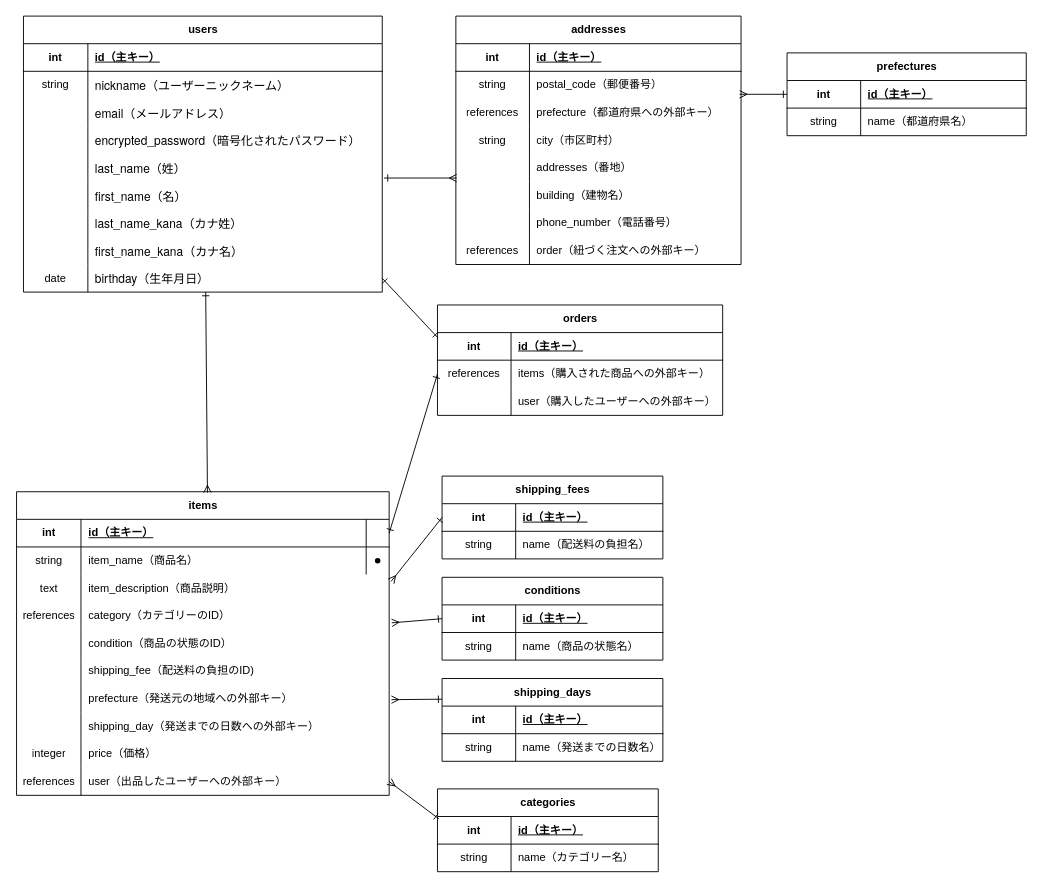
Above: er.dio in kometsubu06/furima-46257 (draw.io), before the change. Source tidied: cells renumbered, new cells numbered last; positions are measured from the earlier drawing's top-left corner, leaving out a move shared by most shapes. Both pictures are drawn from the tidied source at 92%, with x=0, y=0 at pixel (16, 16).
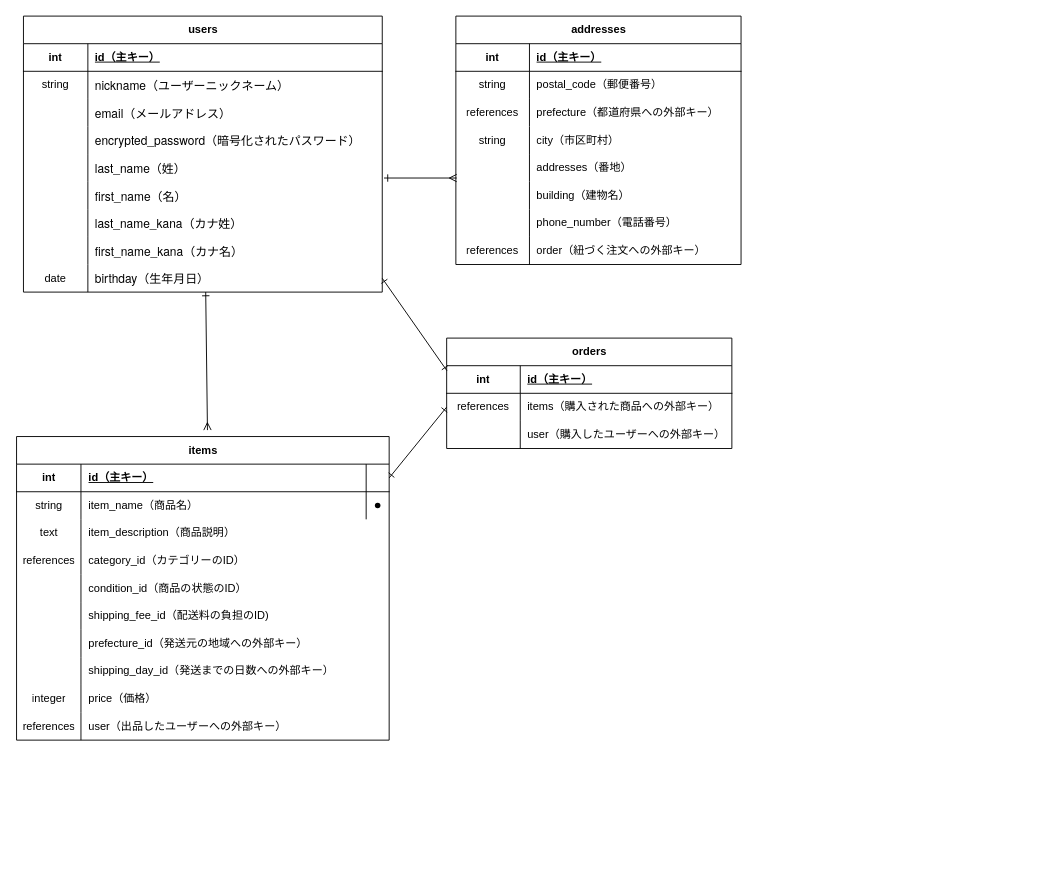
After the change.

Commit message (it also covers changes not shown here):
データベース設計修正

The change refers to these unchanged cells:
```xml
<mxCell id="39" style="shape=tableRow;horizontal=0;startSize=0;swimlaneHead=0;swimlaneBody=0;fillColor=none;points=[[0,0.5],[1,0.5]];portConstraint=eastwest;top=0;left=0;right=0;bottom=0;" parent="31" vertex="1">
  <mxGeometry y="90" width="405" height="30" as="geometry" />
</mxCell>
<mxCell id="42" style="shape=tableRow;horizontal=0;startSize=0;swimlaneHead=0;swimlaneBody=0;fillColor=none;points=[[0,0.5],[1,0.5]];portConstraint=eastwest;top=0;left=0;right=0;bottom=0;" parent="31" vertex="1">
  <mxGeometry y="120" width="405" height="30" as="geometry" />
</mxCell>
<mxCell id="45" style="shape=tableRow;horizontal=0;startSize=0;swimlaneHead=0;swimlaneBody=0;fillColor=none;top=0;left=0;right=0;bottom=0;" parent="31" vertex="1">
  <mxGeometry y="150" width="405" height="30" as="geometry" />
</mxCell>
<mxCell id="48" style="shape=tableRow;horizontal=0;startSize=0;swimlaneHead=0;swimlaneBody=0;fillColor=none;top=0;left=0;right=0;bottom=0;" parent="31" vertex="1">
  <mxGeometry y="180" width="405" height="30" as="geometry" />
</mxCell>
<mxCell id="51" style="shape=tableRow;horizontal=0;startSize=0;swimlaneHead=0;swimlaneBody=0;fillColor=none;top=0;left=0;right=0;bottom=0;" parent="31" vertex="1">
  <mxGeometry y="210" width="405" height="30" as="geometry" />
</mxCell>
<mxCell id="54" style="shape=tableRow;horizontal=0;startSize=0;swimlaneHead=0;swimlaneBody=0;fillColor=none;top=0;left=0;right=0;bottom=0;" parent="31" vertex="1">
  <mxGeometry y="240" width="405" height="30" as="geometry" />
</mxCell>
<mxCell id="60" style="shape=tableRow;horizontal=0;startSize=0;swimlaneHead=0;swimlaneBody=0;fillColor=none;points=[[0,0.5],[1,0.5]];portConstraint=eastwest;top=0;left=0;right=0;bottom=0;" parent="31" vertex="1">
  <mxGeometry y="300" width="405" height="30" as="geometry" />
</mxCell>
<mxCell id="77" style="shape=tableRow;horizontal=0;startSize=0;swimlaneHead=0;swimlaneBody=0;fillColor=none;points=[[0,0.5],[1,0.5]];portConstraint=eastwest;top=0;left=0;right=0;bottom=0;" parent="73" vertex="1">
  <mxGeometry y="60" width="310" height="30" as="geometry" />
</mxCell>
```

Diff of the diagram source:
```diff
@@
     <mxCell id="31" value="items" style="shape=table;startSize=30;childLayout=tableLayout;rowLines=0;fontStyle=1;align=center;html=1;" parent="1" vertex="1">
-      <mxGeometry x="0.5" y="517" width="405" height="330" as="geometry" />
+      <mxGeometry x="0.5" y="457" width="405" height="330" as="geometry" />
     </mxCell>
@@
-    <mxCell id="44" value="category（カテゴリーのID）" style="shape=partialRectangle;fillColor=none;top=0;left=0;bottom=0;right=0;align=left;spacingLeft=6;overflow=hidden;whiteSpace=wrap;html=1;" parent="42" vertex="1">
+    <mxCell id="44" value="category_id（カテゴリーのID）" style="shape=partialRectangle;fillColor=none;top=0;left=0;bottom=0;right=0;align=left;spacingLeft=6;overflow=hidden;whiteSpace=wrap;html=1;" parent="42" vertex="1">
       <mxGeometry x="70" width="335" height="30" as="geometry" />
     </mxCell>
@@
-    <mxCell id="47" value="condition（商品の状態のID）" style="shape=partialRectangle;fillColor=none;top=0;left=0;bottom=0;right=0;align=left;spacingLeft=6;fontStyle=0;overflow=hidden;whiteSpace=wrap;html=1;" parent="45" vertex="1">
+    <mxCell id="47" value="condition_id（商品の状態のID）" style="shape=partialRectangle;fillColor=none;top=0;left=0;bottom=0;right=0;align=left;spacingLeft=6;fontStyle=0;overflow=hidden;whiteSpace=wrap;html=1;" parent="45" vertex="1">
       <mxGeometry x="70" width="335" height="30" as="geometry" />
     </mxCell>
@@
-    <mxCell id="50" value="shipping_fee（配送料の負担のID)" style="shape=partialRectangle;fillColor=none;top=0;left=0;bottom=0;right=0;align=left;spacingLeft=6;fontStyle=0;overflow=hidden;whiteSpace=wrap;html=1;" parent="48" vertex="1">
+    <mxCell id="50" value="shipping_fee_id（配送料の負担のID)" style="shape=partialRectangle;fillColor=none;top=0;left=0;bottom=0;right=0;align=left;spacingLeft=6;fontStyle=0;overflow=hidden;whiteSpace=wrap;html=1;" parent="48" vertex="1">
       <mxGeometry x="70" width="335" height="30" as="geometry" />
     </mxCell>
@@
-    <mxCell id="53" value="prefecture（発送元の地域への外部キー）" style="shape=partialRectangle;fillColor=none;top=0;left=0;bottom=0;right=0;align=left;spacingLeft=6;fontStyle=0;overflow=hidden;whiteSpace=wrap;html=1;" parent="51" vertex="1">
+    <mxCell id="53" value="prefecture_id（発送元の地域への外部キー）" style="shape=partialRectangle;fillColor=none;top=0;left=0;bottom=0;right=0;align=left;spacingLeft=6;fontStyle=0;overflow=hidden;whiteSpace=wrap;html=1;" parent="51" vertex="1">
       <mxGeometry x="70" width="335" height="30" as="geometry" />
     </mxCell>
@@
-    <mxCell id="56" value="&lt;span style=&quot;color: rgb(0, 0, 0);&quot;&gt;shipping_day（発送までの日数への外部キー）&lt;/span&gt;" style="shape=partialRectangle;fillColor=none;top=0;left=0;bottom=0;right=0;align=left;spacingLeft=6;fontStyle=0;overflow=hidden;whiteSpace=wrap;html=1;" parent="54" vertex="1">
+    <mxCell id="56" value="&lt;span style=&quot;color: rgb(0, 0, 0);&quot;&gt;shipping_day_id（発送までの日数への外部キー）&lt;/span&gt;" style="shape=partialRectangle;fillColor=none;top=0;left=0;bottom=0;right=0;align=left;spacingLeft=6;fontStyle=0;overflow=hidden;whiteSpace=wrap;html=1;" parent="54" vertex="1">
       <mxGeometry x="70" width="335" height="30" as="geometry" />
     </mxCell>
@@
     <mxCell id="63" value="orders" style="shape=table;startSize=30;childLayout=tableLayout;rowLines=0;fontStyle=1;align=center;html=1;" parent="1" vertex="1">
-      <mxGeometry x="458" y="314" width="310" height="120" as="geometry" />
+      <mxGeometry x="468" y="350" width="310" height="120" as="geometry" />
     </mxCell>
@@
-    <mxCell id="99" value="categories" style="shape=table;startSize=30;childLayout=tableLayout;rowLines=0;fontStyle=1;align=center;html=1;" parent="1" vertex="1">
-      <mxGeometry x="458" y="840" width="240" height="90" as="geometry" />
-    </mxCell>
-    <mxCell id="100" style="shape=tableRow;horizontal=0;startSize=0;swimlaneHead=0;swimlaneBody=0;fillColor=none;points=[[0,0.5],[1,0.5]];portConstraint=eastwest;top=0;left=0;right=0;bottom=1;" parent="99" vertex="1">
-      <mxGeometry y="30" width="240" height="30" as="geometry" />
-    </mxCell>
-    <mxCell id="101" value="int" style="shape=partialRectangle;fillColor=none;top=0;left=0;bottom=0;right=0;fontStyle=1;overflow=hidden;whiteSpace=wrap;html=1;" parent="100" vertex="1">
-      <mxGeometry width="80" height="30" as="geometry" />
-    </mxCell>
-    <mxCell id="102" value="id（主キー）" style="shape=partialRectangle;fillColor=none;top=0;left=0;bottom=0;right=0;align=left;spacingLeft=6;fontStyle=5;overflow=hidden;whiteSpace=wrap;html=1;" parent="100" vertex="1">
-      <mxGeometry x="80" width="160" height="30" as="geometry" />
-    </mxCell>
-    <mxCell id="103" style="shape=tableRow;horizontal=0;startSize=0;swimlaneHead=0;swimlaneBody=0;fillColor=none;top=0;left=0;right=0;bottom=0;" parent="99" vertex="1">
-      <mxGeometry y="60" width="240" height="30" as="geometry" />
-    </mxCell>
-    <mxCell id="104" value="string" style="shape=partialRectangle;fillColor=none;top=0;left=0;bottom=0;right=0;overflow=hidden;whiteSpace=wrap;html=1;" parent="103" vertex="1">
-      <mxGeometry width="80" height="30" as="geometry" />
-    </mxCell>
-    <mxCell id="105" value="name（カテゴリー名）" style="shape=partialRectangle;fillColor=none;top=0;left=0;bottom=0;right=0;align=left;spacingLeft=6;overflow=hidden;whiteSpace=wrap;html=1;" parent="103" vertex="1">
-      <mxGeometry x="80" width="160" height="30" as="geometry" />
-    </mxCell>
-    <mxCell id="106" value="conditions" style="shape=table;startSize=30;childLayout=tableLayout;rowLines=0;fontStyle=1;align=center;html=1;" parent="1" vertex="1">
-      <mxGeometry x="463" y="610" width="240" height="90" as="geometry" />
-    </mxCell>
-    <mxCell id="107" style="shape=tableRow;horizontal=0;startSize=0;swimlaneHead=0;swimlaneBody=0;fillColor=none;points=[[0,0.5],[1,0.5]];portConstraint=eastwest;top=0;left=0;right=0;bottom=1;" parent="106" vertex="1">
-      <mxGeometry y="30" width="240" height="30" as="geometry" />
-    </mxCell>
-    <mxCell id="108" value="int" style="shape=partialRectangle;fillColor=none;top=0;left=0;bottom=0;right=0;fontStyle=1;overflow=hidden;whiteSpace=wrap;html=1;" parent="107" vertex="1">
-      <mxGeometry width="80" height="30" as="geometry" />
-    </mxCell>
-    <mxCell id="109" value="id（主キー）" style="shape=partialRectangle;fillColor=none;top=0;left=0;bottom=0;right=0;align=left;spacingLeft=6;fontStyle=5;overflow=hidden;whiteSpace=wrap;html=1;" parent="107" vertex="1">
-      <mxGeometry x="80" width="160" height="30" as="geometry" />
-    </mxCell>
-    <mxCell id="110" style="shape=tableRow;horizontal=0;startSize=0;swimlaneHead=0;swimlaneBody=0;fillColor=none;top=0;left=0;right=0;bottom=0;" parent="106" vertex="1">
-      <mxGeometry y="60" width="240" height="30" as="geometry" />
-    </mxCell>
-    <mxCell id="111" value="string" style="shape=partialRectangle;fillColor=none;top=0;left=0;bottom=0;right=0;overflow=hidden;whiteSpace=wrap;html=1;" parent="110" vertex="1">
-      <mxGeometry width="80" height="30" as="geometry" />
-    </mxCell>
-    <mxCell id="112" value="name（商品の状態名）" style="shape=partialRectangle;fillColor=none;top=0;left=0;bottom=0;right=0;align=left;spacingLeft=6;overflow=hidden;whiteSpace=wrap;html=1;" parent="110" vertex="1">
-      <mxGeometry x="80" width="160" height="30" as="geometry" />
-    </mxCell>
-    <mxCell id="113" value="shipping_fees" style="shape=table;startSize=30;childLayout=tableLayout;rowLines=0;fontStyle=1;align=center;html=1;" parent="1" vertex="1">
-      <mxGeometry x="463" y="500" width="240" height="90" as="geometry" />
-    </mxCell>
-    <mxCell id="114" style="shape=tableRow;horizontal=0;startSize=0;swimlaneHead=0;swimlaneBody=0;fillColor=none;points=[[0,0.5],[1,0.5]];portConstraint=eastwest;top=0;left=0;right=0;bottom=1;" parent="113" vertex="1">
-      <mxGeometry y="30" width="240" height="30" as="geometry" />
-    </mxCell>
-    <mxCell id="115" value="int" style="shape=partialRectangle;fillColor=none;top=0;left=0;bottom=0;right=0;fontStyle=1;overflow=hidden;whiteSpace=wrap;html=1;" parent="114" vertex="1">
-      <mxGeometry width="80" height="30" as="geometry" />
-    </mxCell>
-    <mxCell id="116" value="id（主キー）" style="shape=partialRectangle;fillColor=none;top=0;left=0;bottom=0;right=0;align=left;spacingLeft=6;fontStyle=5;overflow=hidden;whiteSpace=wrap;html=1;" parent="114" vertex="1">
-      <mxGeometry x="80" width="160" height="30" as="geometry" />
-    </mxCell>
-    <mxCell id="117" style="shape=tableRow;horizontal=0;startSize=0;swimlaneHead=0;swimlaneBody=0;fillColor=none;top=0;left=0;right=0;bottom=0;" parent="113" vertex="1">
-      <mxGeometry y="60" width="240" height="30" as="geometry" />
-    </mxCell>
-    <mxCell id="118" value="string" style="shape=partialRectangle;fillColor=none;top=0;left=0;bottom=0;right=0;overflow=hidden;whiteSpace=wrap;html=1;" parent="117" vertex="1">
-      <mxGeometry width="80" height="30" as="geometry" />
-    </mxCell>
-    <mxCell id="119" value="name（配送料の負担名）" style="shape=partialRectangle;fillColor=none;top=0;left=0;bottom=0;right=0;align=left;spacingLeft=6;overflow=hidden;whiteSpace=wrap;html=1;" parent="117" vertex="1">
-      <mxGeometry x="80" width="160" height="30" as="geometry" />
-    </mxCell>
-    <mxCell id="120" value="prefectures" style="shape=table;startSize=30;childLayout=tableLayout;rowLines=0;fontStyle=1;align=center;html=1;" parent="1" vertex="1">
-      <mxGeometry x="838" y="40" width="260" height="90" as="geometry" />
-    </mxCell>
-    <mxCell id="121" style="shape=tableRow;horizontal=0;startSize=0;swimlaneHead=0;swimlaneBody=0;fillColor=none;points=[[0,0.5],[1,0.5]];portConstraint=eastwest;top=0;left=0;right=0;bottom=1;" parent="120" vertex="1">
-      <mxGeometry y="30" width="260" height="30" as="geometry" />
-    </mxCell>
-    <mxCell id="122" value="int" style="shape=partialRectangle;fillColor=none;top=0;left=0;bottom=0;right=0;fontStyle=1;overflow=hidden;whiteSpace=wrap;html=1;" parent="121" vertex="1">
-      <mxGeometry width="80" height="30" as="geometry" />
-    </mxCell>
-    <mxCell id="123" value="id（主キー）" style="shape=partialRectangle;fillColor=none;top=0;left=0;bottom=0;right=0;align=left;spacingLeft=6;fontStyle=5;overflow=hidden;whiteSpace=wrap;html=1;" parent="121" vertex="1">
-      <mxGeometry x="80" width="180" height="30" as="geometry" />
-    </mxCell>
-    <mxCell id="124" style="shape=tableRow;horizontal=0;startSize=0;swimlaneHead=0;swimlaneBody=0;fillColor=none;top=0;left=0;right=0;bottom=0;" parent="120" vertex="1">
-      <mxGeometry y="60" width="260" height="30" as="geometry" />
-    </mxCell>
-    <mxCell id="125" value="string" style="shape=partialRectangle;fillColor=none;top=0;left=0;bottom=0;right=0;overflow=hidden;whiteSpace=wrap;html=1;" parent="124" vertex="1">
-      <mxGeometry width="80" height="30" as="geometry" />
-    </mxCell>
-    <mxCell id="126" value="name（都道府県名）" style="shape=partialRectangle;fillColor=none;top=0;left=0;bottom=0;right=0;align=left;spacingLeft=6;overflow=hidden;whiteSpace=wrap;html=1;" parent="124" vertex="1">
-      <mxGeometry x="80" width="180" height="30" as="geometry" />
-    </mxCell>
-    <mxCell id="127" value="shipping_days" style="shape=table;startSize=30;childLayout=tableLayout;rowLines=0;fontStyle=1;align=center;html=1;" parent="1" vertex="1">
-      <mxGeometry x="463" y="720" width="240" height="90" as="geometry" />
-    </mxCell>
-    <mxCell id="128" style="shape=tableRow;horizontal=0;startSize=0;swimlaneHead=0;swimlaneBody=0;fillColor=none;top=0;left=0;right=0;bottom=1;" parent="127" vertex="1">
-      <mxGeometry y="30" width="240" height="30" as="geometry" />
-    </mxCell>
-    <mxCell id="129" value="int" style="shape=partialRectangle;fillColor=none;top=0;left=0;bottom=0;right=0;fontStyle=1;overflow=hidden;whiteSpace=wrap;html=1;" parent="128" vertex="1">
-      <mxGeometry width="80" height="30" as="geometry" />
-    </mxCell>
-    <mxCell id="130" value="id（主キー）" style="shape=partialRectangle;fillColor=none;top=0;left=0;bottom=0;right=0;align=left;spacingLeft=6;fontStyle=5;overflow=hidden;whiteSpace=wrap;html=1;" parent="128" vertex="1">
-      <mxGeometry x="80" width="160" height="30" as="geometry" />
-    </mxCell>
-    <mxCell id="131" style="shape=tableRow;horizontal=0;startSize=0;swimlaneHead=0;swimlaneBody=0;fillColor=none;top=0;left=0;right=0;bottom=0;" parent="127" vertex="1">
-      <mxGeometry y="60" width="240" height="30" as="geometry" />
-    </mxCell>
-    <mxCell id="132" value="string" style="shape=partialRectangle;fillColor=none;top=0;left=0;bottom=0;right=0;overflow=hidden;whiteSpace=wrap;html=1;" parent="131" vertex="1">
-      <mxGeometry width="80" height="30" as="geometry" />
-    </mxCell>
-    <mxCell id="133" value="name（発送までの日数名）" style="shape=partialRectangle;fillColor=none;top=0;left=0;bottom=0;right=0;align=left;spacingLeft=6;overflow=hidden;whiteSpace=wrap;html=1;" parent="131" vertex="1">
-      <mxGeometry x="80" width="160" height="30" as="geometry" />
-    </mxCell>
     <mxCell id="134" style="edgeStyle=none;html=1;verticalAlign=middle;endArrow=ERmany;endFill=0;startArrow=ERone;startFill=0;" parent="1" edge="1">
       <mxGeometry relative="1" as="geometry">
         <mxPoint x="206.1" y="300" as="sourcePoint" />
-        <mxPoint x="208" y="518" as="targetPoint" />
+        <mxPoint x="208" y="450" as="targetPoint" />
       </mxGeometry>
     </mxCell>
@@
-    <mxCell id="137" style="edgeStyle=none;html=1;exitX=0;exitY=0.5;exitDx=0;exitDy=0;entryX=1.005;entryY=0.25;entryDx=0;entryDy=0;entryPerimeter=0;endArrow=ERmany;endFill=0;startArrow=ERone;startFill=0;" parent="1" edge="1" source="114" target="39">
-      <mxGeometry relative="1" as="geometry" />
-    </mxCell>
-    <mxCell id="138" style="edgeStyle=none;html=1;exitX=0;exitY=0.5;exitDx=0;exitDy=0;entryX=0.995;entryY=0.833;entryDx=0;entryDy=0;entryPerimeter=0;endArrow=ERmany;endFill=0;startArrow=ERone;startFill=0;" parent="1" edge="1" source="121" target="77">
-      <mxGeometry relative="1" as="geometry" />
-    </mxCell>
-    <mxCell id="139" style="edgeStyle=none;html=1;exitX=0;exitY=0.5;exitDx=0;exitDy=0;endArrow=ERmany;endFill=0;startArrow=ERone;startFill=0;entryX=1.007;entryY=0.75;entryDx=0;entryDy=0;entryPerimeter=0;" parent="1" edge="1" source="107" target="42">
-      <mxGeometry relative="1" as="geometry" />
-    </mxCell>
-    <mxCell id="140" style="edgeStyle=none;html=1;exitX=0;exitY=0.25;exitDx=0;exitDy=0;endArrow=ERmany;endFill=0;startArrow=ERone;startFill=0;" parent="1" edge="1" source="127">
-      <mxGeometry relative="1" as="geometry">
-        <mxPoint x="408" y="743" as="targetPoint" />
-      </mxGeometry>
-    </mxCell>
-    <mxCell id="141" style="edgeStyle=none;html=1;exitX=1;exitY=0.5;exitDx=0;exitDy=0;entryX=0.006;entryY=0.083;entryDx=0;entryDy=0;entryPerimeter=0;startArrow=ERmany;startFill=0;endArrow=ERone;endFill=0;" parent="1" edge="1" source="60" target="100">
-      <mxGeometry relative="1" as="geometry" />
-    </mxCell>
```
